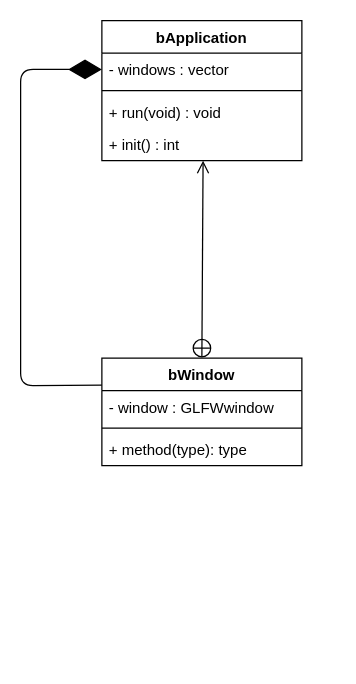
This is docs/bApplication.drawio from LowFire/blazer3d, a draw.io file, before an edit. Source tidied: cells renumbered, new cells numbered last; positions are measured from the earlier drawing's top-left corner, leaving out a move shared by most shapes. Both pictures are drawn from the tidied source at 125%, with x=0, y=0 at pixel (20, 20).
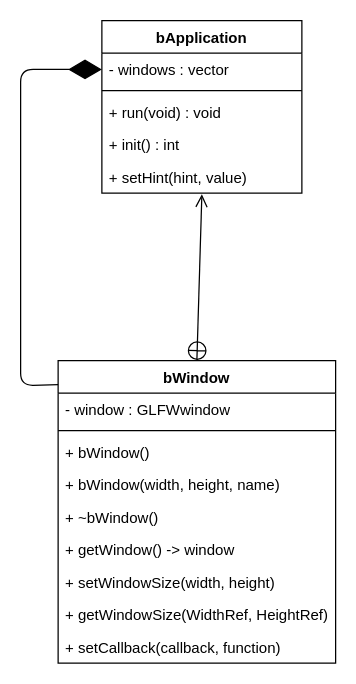
The same diagram, later.

Unchanged cells that the change refers to:
```xml
<mxCell id="3" value="- windows : vector" style="text;strokeColor=none;fillColor=none;align=left;verticalAlign=top;spacingLeft=4;spacingRight=4;overflow=hidden;points=[[0,0.5],[1,0.5]];portConstraint=eastwest;" parent="2" vertex="1">
  <mxGeometry y="26" width="160" height="26" as="geometry" />
</mxCell>
<mxCell id="6" value="+ init() : int" style="text;strokeColor=none;fillColor=none;align=left;verticalAlign=top;spacingLeft=4;spacingRight=4;overflow=hidden;points=[[0,0.5],[1,0.5]];portConstraint=eastwest;" parent="2" vertex="1">
  <mxGeometry y="86" width="160" height="26" as="geometry" />
</mxCell>
```

What changed in the source:
```diff
@@
     <mxCell id="2" value="bApplication" style="swimlane;fontStyle=1;align=center;verticalAlign=top;horizontal=1;startSize=26;" parent="1" vertex="1">
-      <mxGeometry x="65" width="160" height="112" as="geometry" />
+      <mxGeometry x="65" width="160" height="138" as="geometry" />
     </mxCell>
@@
+    <mxCell id="13" value="+ setHint(hint, value)" style="text;strokeColor=none;fillColor=none;align=left;verticalAlign=top;spacingLeft=4;spacingRight=4;overflow=hidden;points=[[0,0.5],[1,0.5]];portConstraint=eastwest;" parent="2" vertex="1">
+      <mxGeometry y="112" width="160" height="26" as="geometry" />
+    </mxCell>
     <mxCell id="7" value="bWindow" style="swimlane;fontStyle=1;align=center;verticalAlign=top;horizontal=1;startSize=26;" parent="1" vertex="1">
-      <mxGeometry x="65" y="270" width="160" height="86" as="geometry" />
+      <mxGeometry x="30" y="272" width="222" height="242" as="geometry" />
     </mxCell>
     <mxCell id="8" value="- window : GLFWwindow" style="text;strokeColor=none;fillColor=none;align=left;verticalAlign=top;spacingLeft=4;spacingRight=4;overflow=hidden;" parent="7" vertex="1">
-      <mxGeometry y="26" width="160" height="26" as="geometry" />
+      <mxGeometry y="26" width="222" height="26" as="geometry" />
     </mxCell>
     <mxCell id="9" style="line;strokeWidth=1;fillColor=none;align=left;verticalAlign=middle;spacingTop=-1;spacingLeft=3;spacingRight=3;labelPosition=right;" parent="7" vertex="1">
-      <mxGeometry y="52" width="160" height="8" as="geometry" />
+      <mxGeometry y="52" width="222" height="8" as="geometry" />
     </mxCell>
+    <mxCell id="14" value="+ bWindow()" style="text;strokeColor=none;fillColor=none;align=left;verticalAlign=top;spacingLeft=4;spacingRight=4;overflow=hidden;" parent="7" vertex="1">
+      <mxGeometry y="60" width="222" height="26" as="geometry" />
+    </mxCell>
+    <mxCell id="15" value="+ bWindow(width, height, name)" style="text;strokeColor=none;fillColor=none;align=left;verticalAlign=top;spacingLeft=4;spacingRight=4;overflow=hidden;" parent="7" vertex="1">
+      <mxGeometry y="86" width="222" height="26" as="geometry" />
+    </mxCell>
+    <mxCell id="16" value="+ ~bWindow()" style="text;strokeColor=none;fillColor=none;align=left;verticalAlign=top;spacingLeft=4;spacingRight=4;overflow=hidden;" parent="7" vertex="1">
+      <mxGeometry y="112" width="222" height="26" as="geometry" />
+    </mxCell>
-    <mxCell id="10" value="+ method(type): type" style="text;strokeColor=none;fillColor=none;align=left;verticalAlign=top;spacingLeft=4;spacingRight=4;overflow=hidden;" parent="7" vertex="1">
-      <mxGeometry y="60" width="160" height="26" as="geometry" />
+    <mxCell id="10" value="+ getWindow() -&gt; window" style="text;strokeColor=none;fillColor=none;align=left;verticalAlign=top;spacingLeft=4;spacingRight=4;overflow=hidden;" parent="7" vertex="1">
+      <mxGeometry y="138" width="222" height="26" as="geometry" />
     </mxCell>
+    <mxCell id="17" value="+ setWindowSize(width, height)" style="text;strokeColor=none;fillColor=none;align=left;verticalAlign=top;spacingLeft=4;spacingRight=4;overflow=hidden;" parent="7" vertex="1">
+      <mxGeometry y="164" width="222" height="26" as="geometry" />
+    </mxCell>
+    <mxCell id="18" value="+ getWindowSize(WidthRef, HeightRef) " style="text;strokeColor=none;fillColor=none;align=left;verticalAlign=top;spacingLeft=4;spacingRight=4;overflow=hidden;" parent="7" vertex="1">
+      <mxGeometry y="190" width="222" height="26" as="geometry" />
+    </mxCell>
+    <mxCell id="19" value="+ setCallback(callback, function)" style="text;strokeColor=none;fillColor=none;align=left;verticalAlign=top;spacingLeft=4;spacingRight=4;overflow=hidden;" parent="7" vertex="1">
+      <mxGeometry y="216" width="222" height="26" as="geometry" />
+    </mxCell>
-    <mxCell id="11" style="endArrow=diamondThin;endFill=1;endSize=24;html=1;exitX=0;exitY=0.25;exitDx=0;exitDy=0;entryX=0;entryY=0.5;entryDx=0;entryDy=0;" parent="1" edge="1" source="7" target="3">
+    <mxCell id="11" style="endArrow=diamondThin;endFill=1;endSize=24;html=1;exitX=0;exitY=0.079;exitDx=0;exitDy=0;entryX=0;entryY=0.5;entryDx=0;entryDy=0;exitPerimeter=0;" parent="1" edge="1" source="7" target="3">
       <mxGeometry relative="1" as="geometry">
         <Array as="points">
           <mxPoint y="292" />
           <mxPoint y="39" />
         </Array>
       </mxGeometry>
     </mxCell>
-    <mxCell id="12" style="endArrow=open;startArrow=circlePlus;endFill=0;startFill=0;endSize=8;html=1;exitX=0.5;exitY=0;exitDx=0;exitDy=0;entryX=0.506;entryY=1;entryDx=0;entryDy=0;entryPerimeter=0;" parent="1" edge="1" source="7" target="6">
+    <mxCell id="12" style="endArrow=open;startArrow=circlePlus;endFill=0;startFill=0;endSize=8;html=1;exitX=0.5;exitY=0;exitDx=0;exitDy=0;entryX=0.5;entryY=1.038;entryDx=0;entryDy=0;entryPerimeter=0;" parent="1" edge="1" source="7" target="13">
       <mxGeometry relative="1" as="geometry" />
     </mxCell>
```
